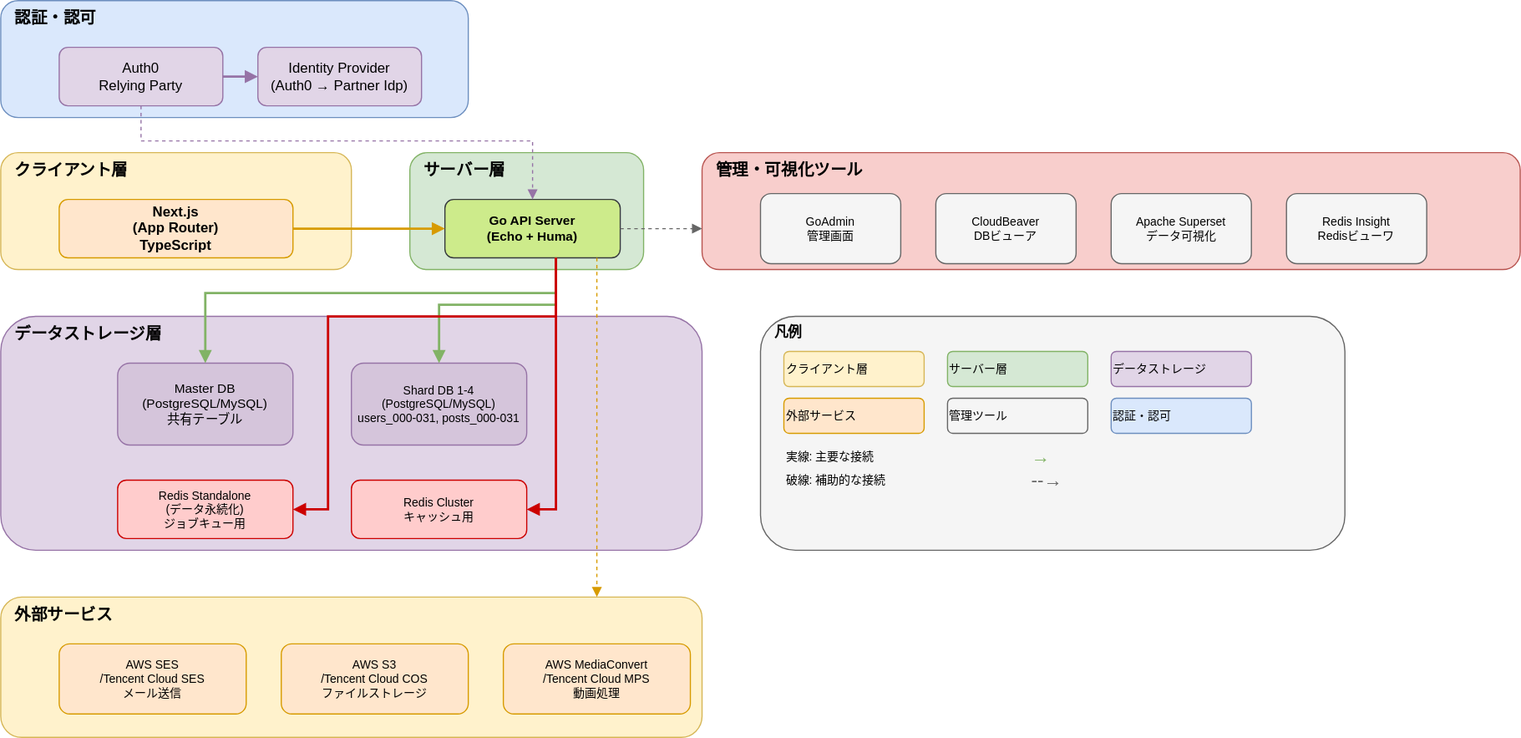
Earlier version of the draw.io export docs/System-Configuration.drawio.svg (taku-o/go-webdb-template). Source tidied: cells renumbered, new cells last; positions are measured from the earlier drawing's top-left corner, leaving out a move shared by most shapes.
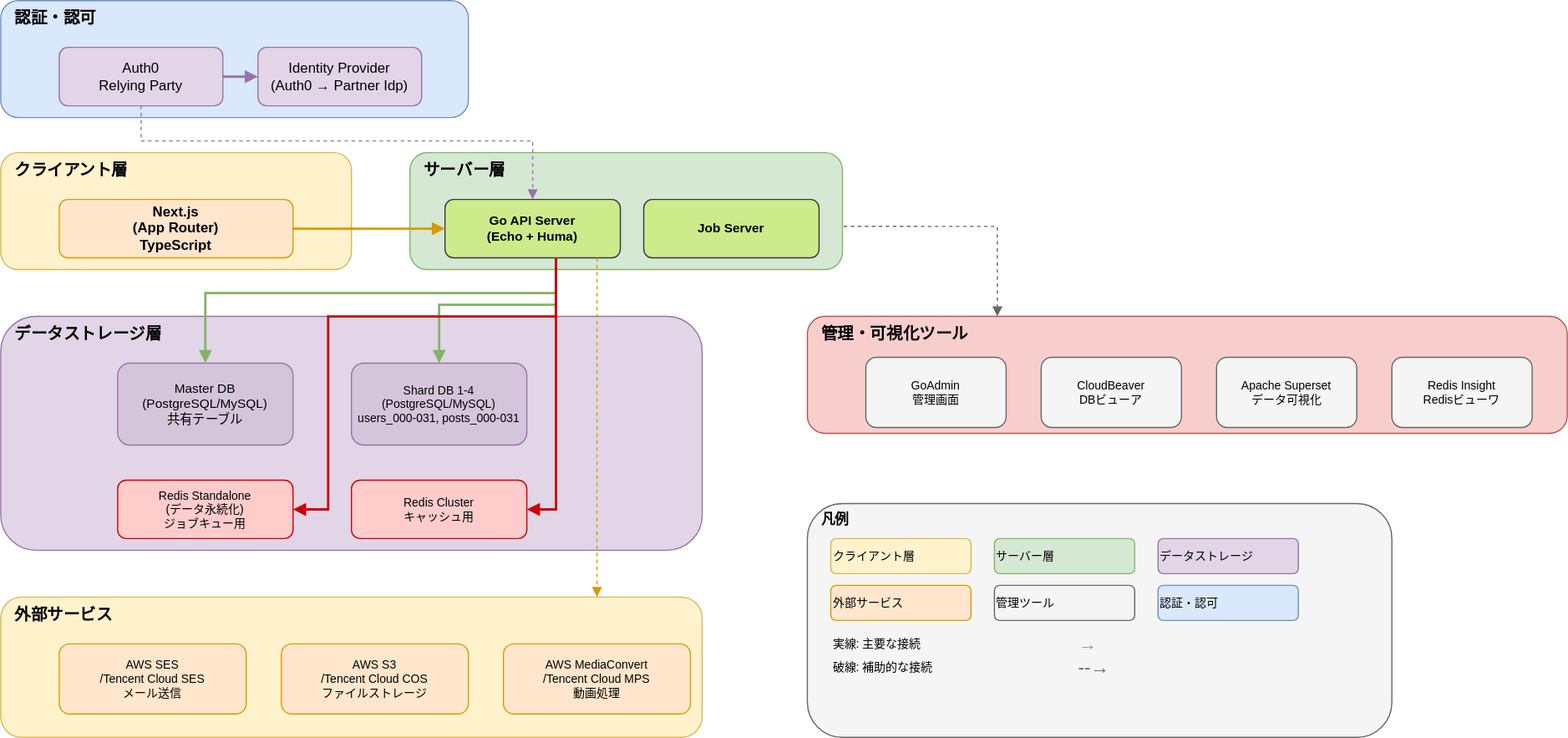
After the commit.

Commit message:
docs: System-Configuration.drawio.svgにJob Serverを追加

- サーバー層の枠を拡張（幅200→350）
- Go API Serverの横にJob Server (Asynq)を追加
- Job ServerからRedisへの接続線を追加
- 管理・可視化ツールの位置を調整

Issue: #153

The edit, as a diff of the source:
```diff
@@ -21,7 +21,7 @@
       <mxGeometry x="50" y="170" width="200" height="50" as="geometry" />
     </mxCell>
     <mxCell id="8" value="サーバー層" style="rounded=1;whiteSpace=wrap;html=1;fillColor=#d5e8d4;strokeColor=#82b366;verticalAlign=top;align=left;spacingLeft=10;fontStyle=1;fontSize=14;" parent="1" vertex="1">
-      <mxGeometry x="350" y="130" width="200" height="100" as="geometry" />
+      <mxGeometry x="350" y="130" width="370" height="100" as="geometry" />
     </mxCell>
     <mxCell id="9" value="Go API Server&#10;(Echo + Huma)" style="rounded=1;whiteSpace=wrap;html=1;fillColor=#cdeb8b;strokeColor=#36393d;align=center;verticalAlign=middle;fontSize=11;fontStyle=1;" parent="1" vertex="1">
       <mxGeometry x="380" y="170" width="150" height="50" as="geometry" />
@@ -30,23 +30,25 @@
       <mxGeometry relative="1" as="geometry" />
     </mxCell>
     <mxCell id="11" value="管理・可視化ツール" style="rounded=1;whiteSpace=wrap;html=1;fillColor=#f8cecc;strokeColor=#b85450;verticalAlign=top;align=left;spacingLeft=10;fontStyle=1;fontSize=14;" parent="1" vertex="1">
-      <mxGeometry x="600" y="130" width="700" height="100" as="geometry" />
+      <mxGeometry x="690" y="270" width="650" height="100" as="geometry" />
     </mxCell>
     <mxCell id="12" value="GoAdmin&#10;管理画面" style="rounded=1;whiteSpace=wrap;html=1;fillColor=#f5f5f5;strokeColor=#666666;align=center;verticalAlign=middle;fontSize=10;" parent="1" vertex="1">
-      <mxGeometry x="650" y="165" width="120" height="60" as="geometry" />
+      <mxGeometry x="740" y="305" width="120" height="60" as="geometry" />
     </mxCell>
     <mxCell id="13" value="CloudBeaver&#10;DBビューア" style="rounded=1;whiteSpace=wrap;html=1;fillColor=#f5f5f5;strokeColor=#666666;align=center;verticalAlign=middle;fontSize=10;" parent="1" vertex="1">
-      <mxGeometry x="800" y="165" width="120" height="60" as="geometry" />
+      <mxGeometry x="890" y="305" width="120" height="60" as="geometry" />
     </mxCell>
     <mxCell id="14" value="Apache Superset&lt;br&gt;データ可視化" style="rounded=1;whiteSpace=wrap;html=1;fillColor=#f5f5f5;strokeColor=#666666;align=center;verticalAlign=middle;fontSize=10;" parent="1" vertex="1">
-      <mxGeometry x="950" y="165" width="120" height="60" as="geometry" />
+      <mxGeometry x="1040" y="305" width="120" height="60" as="geometry" />
     </mxCell>
     <mxCell id="15" value="Redis Insight&lt;br&gt;Redisビューワ" style="rounded=1;whiteSpace=wrap;html=1;fillColor=#f5f5f5;strokeColor=#666666;align=center;verticalAlign=middle;fontSize=10;" parent="1" vertex="1">
-      <mxGeometry x="1100" y="165" width="120" height="60" as="geometry" />
+      <mxGeometry x="1190" y="305" width="120" height="60" as="geometry" />
     </mxCell>
-    <mxCell id="16" style="edgeStyle=orthogonalEdgeStyle;rounded=0;jettySize=auto;html=1;strokeWidth=1;strokeColor=#666666;dashed=1;endArrow=block;endFill=1;" parent="1" edge="1" source="9">
+    <mxCell id="16" style="edgeStyle=orthogonalEdgeStyle;rounded=0;jettySize=auto;html=1;strokeWidth=1;strokeColor=#666666;dashed=1;endArrow=block;endFill=1;exitX=1.003;exitY=0.63;exitDx=0;exitDy=0;exitPerimeter=0;entryX=0.25;entryY=0;entryDx=0;entryDy=0;" parent="1" edge="1" source="8" target="11">
       <mxGeometry relative="1" as="geometry">
-        <mxPoint x="600" y="195" as="targetPoint" />
+        <Array as="points">
+          <mxPoint x="853" y="193" />
+        </Array>
       </mxGeometry>
     </mxCell>
     <mxCell id="17" value="データストレージ層" style="rounded=1;whiteSpace=wrap;html=1;fillColor=#e1d5e7;strokeColor=#9673a6;verticalAlign=top;align=left;spacingLeft=10;fontStyle=1;fontSize=14;" parent="1" vertex="1">
@@ -126,37 +128,40 @@
       </mxGeometry>
     </mxCell>
     <mxCell id="32" value="凡例" style="rounded=1;whiteSpace=wrap;html=1;fillColor=#f5f5f5;strokeColor=#666666;verticalAlign=top;align=left;spacingLeft=10;fontStyle=1;fontSize=12;" parent="1" vertex="1">
-      <mxGeometry x="650" y="270" width="500" height="200" as="geometry" />
+      <mxGeometry x="690" y="430" width="500" height="200" as="geometry" />
     </mxCell>
     <mxCell id="33" value="クライアント層" style="rounded=1;whiteSpace=wrap;html=1;fillColor=#fff2cc;strokeColor=#d6b656;align=left;verticalAlign=middle;fontSize=10;" parent="1" vertex="1">
-      <mxGeometry x="670" y="300" width="120" height="30" as="geometry" />
+      <mxGeometry x="710" y="460" width="120" height="30" as="geometry" />
     </mxCell>
     <mxCell id="34" value="サーバー層" style="rounded=1;whiteSpace=wrap;html=1;fillColor=#d5e8d4;strokeColor=#82b366;align=left;verticalAlign=middle;fontSize=10;" parent="1" vertex="1">
-      <mxGeometry x="810" y="300" width="120" height="30" as="geometry" />
+      <mxGeometry x="850" y="460" width="120" height="30" as="geometry" />
     </mxCell>
     <mxCell id="35" value="データストレージ" style="rounded=1;whiteSpace=wrap;html=1;fillColor=#e1d5e7;strokeColor=#9673a6;align=left;verticalAlign=middle;fontSize=10;" parent="1" vertex="1">
-      <mxGeometry x="950" y="300" width="120" height="30" as="geometry" />
+      <mxGeometry x="990" y="460" width="120" height="30" as="geometry" />
     </mxCell>
     <mxCell id="36" value="外部サービス" style="rounded=1;whiteSpace=wrap;html=1;fillColor=#ffe6cc;strokeColor=#d79b00;align=left;verticalAlign=middle;fontSize=10;" parent="1" vertex="1">
-      <mxGeometry x="670" y="340" width="120" height="30" as="geometry" />
+      <mxGeometry x="710" y="500" width="120" height="30" as="geometry" />
     </mxCell>
     <mxCell id="37" value="管理ツール" style="rounded=1;whiteSpace=wrap;html=1;fillColor=#f5f5f5;strokeColor=#666666;align=left;verticalAlign=middle;fontSize=10;" parent="1" vertex="1">
-      <mxGeometry x="810" y="340" width="120" height="30" as="geometry" />
+      <mxGeometry x="850" y="500" width="120" height="30" as="geometry" />
     </mxCell>
     <mxCell id="38" value="認証・認可" style="rounded=1;whiteSpace=wrap;html=1;fillColor=#dae8fc;strokeColor=#6c8ebf;align=left;verticalAlign=middle;fontSize=10;" parent="1" vertex="1">
-      <mxGeometry x="950" y="340" width="120" height="30" as="geometry" />
+      <mxGeometry x="990" y="500" width="120" height="30" as="geometry" />
     </mxCell>
     <mxCell id="39" value="実線: 主要な接続" style="text;html=1;strokeColor=none;fillColor=none;align=left;verticalAlign=middle;whiteSpace=wrap;rounded=0;fontSize=10;" parent="1" vertex="1">
-      <mxGeometry x="670" y="380" width="200" height="20" as="geometry" />
+      <mxGeometry x="710" y="540" width="200" height="20" as="geometry" />
     </mxCell>
     <mxCell id="40" value="破線: 補助的な接続" style="text;html=1;strokeColor=none;fillColor=none;align=left;verticalAlign=middle;whiteSpace=wrap;rounded=0;fontSize=10;" parent="1" vertex="1">
-      <mxGeometry x="670" y="400" width="200" height="20" as="geometry" />
+      <mxGeometry x="710" y="560" width="200" height="20" as="geometry" />
     </mxCell>
     <mxCell id="41" value="→" style="text;html=1;strokeColor=none;fillColor=none;align=left;verticalAlign=middle;whiteSpace=wrap;rounded=0;fontSize=16;fontColor=#82b366;" parent="1" vertex="1">
-      <mxGeometry x="880" y="380" width="30" height="20" as="geometry" />
+      <mxGeometry x="920" y="540" width="30" height="20" as="geometry" />
     </mxCell>
     <mxCell id="42" value="--→" style="text;html=1;strokeColor=none;fillColor=none;align=left;verticalAlign=middle;whiteSpace=wrap;rounded=0;fontSize=16;fontColor=#666666;" parent="1" vertex="1">
-      <mxGeometry x="880" y="400" width="30" height="20" as="geometry" />
+      <mxGeometry x="920" y="560" width="30" height="20" as="geometry" />
     </mxCell>
+    <mxCell id="43" value="Job Server" style="rounded=1;whiteSpace=wrap;html=1;fillColor=#cdeb8b;strokeColor=#36393d;align=center;verticalAlign=middle;fontSize=11;fontStyle=1;" parent="1" vertex="1">
+      <mxGeometry x="550" y="170" width="150" height="50" as="geometry" />
+    </mxCell>
   </root>
 </mxGraphModel>
```
